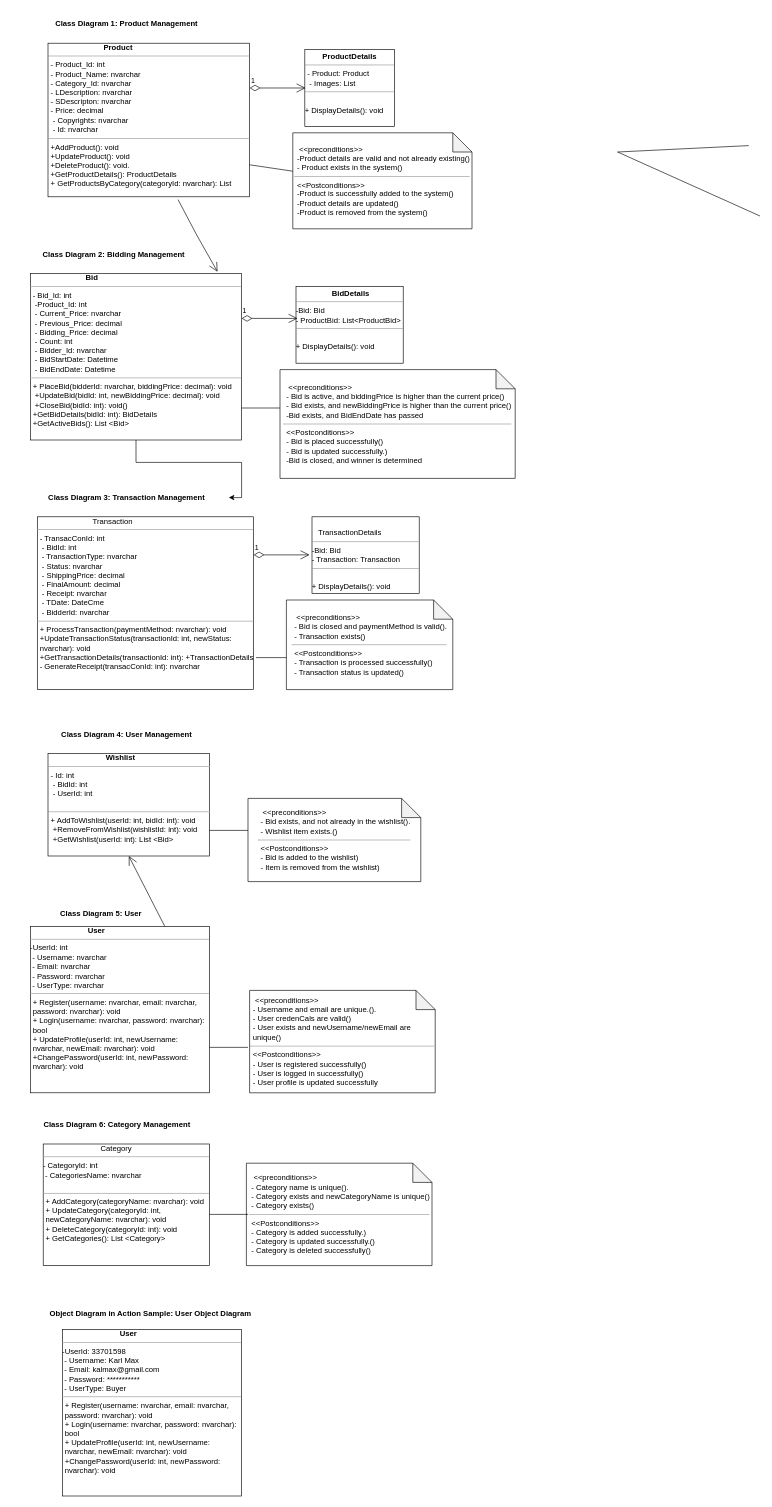
The draw.io diagram Untitled Diagram.drawio in Calebcheruiyc/ProjTech, before the edit. Source tidied: cells renumbered, new cells numbered last; positions are measured from the earlier drawing's top-left corner, leaving out a move shared by most shapes. Both pictures are drawn from the tidied source at 64%, with x=0, y=0 at pixel (11, 11).
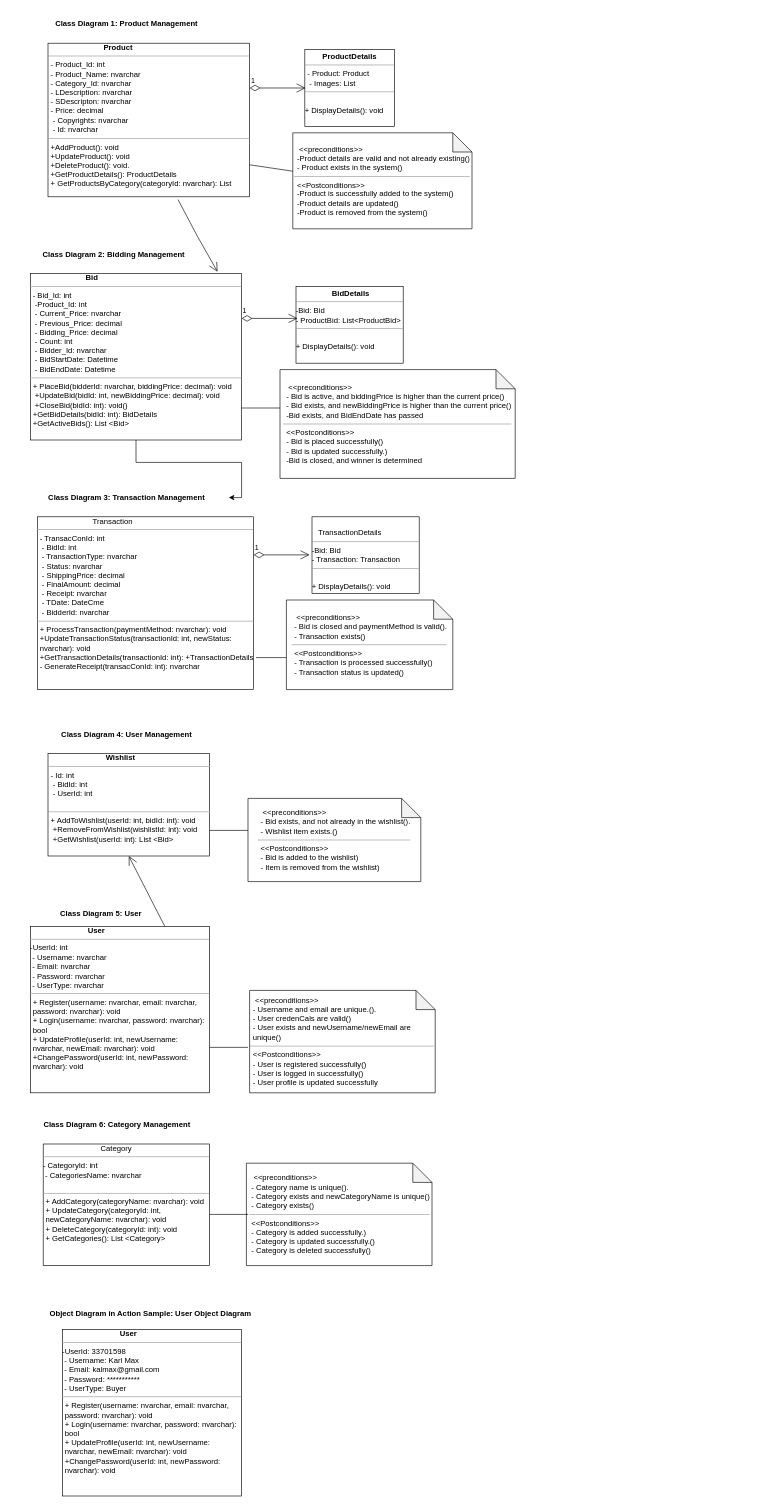
The same page after the edit.

Change to the diagram source:
```diff
@@
-    <mxCell id="2" style="endArrow=none;html=1;rounded=0;entryX=0;entryY=0.5;entryDx=0;entryDy=0;exitX=0;exitY=0.5;exitDx=0;exitDy=0;" parent="1" edge="1">
-      <mxGeometry relative="1" as="geometry">
-        <mxPoint x="1170" y="320" as="sourcePoint" />
-        <mxPoint x="1152.5" y="210" as="targetPoint" />
-        <Array as="points">
-          <mxPoint x="947.5" y="220" />
-        </Array>
-      </mxGeometry>
-    </mxCell>
```
